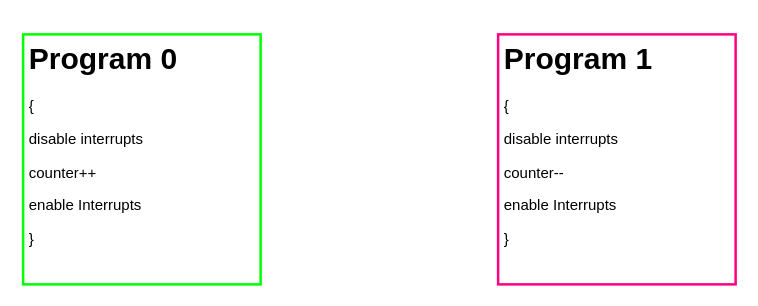
The draw.io diagram implement with interrupt.drawio in estraining/diagram-store, before the edit. Source tidied: cells renumbered, new cells numbered last; positions are measured from the earlier drawing's top-left corner, leaving out a move shared by most shapes. Both pictures are drawn from the tidied source at 125%, with x=0, y=0 at pixel (22, 34).
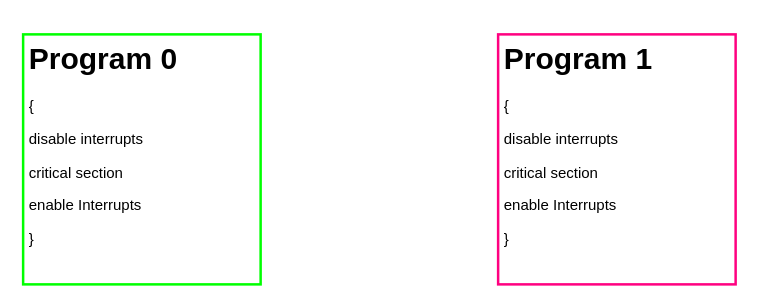
The same page after the edit.

What changed in the source:
```diff
@@
 <mxGraphModel>
   <root>
     <mxCell id="0" />
     <mxCell id="1" parent="0" />
-    <mxCell id="2" value="&lt;h1&gt;Program 0&lt;/h1&gt;&lt;p&gt;{&lt;/p&gt;&lt;p&gt;&lt;span&gt;disable interrupts&lt;/span&gt;&lt;/p&gt;&lt;p&gt;&lt;span&gt;counter++&lt;/span&gt;&lt;br&gt;&lt;/p&gt;&lt;p&gt;enable Interrupts&lt;/p&gt;&lt;p&gt;}&lt;/p&gt;" style="text;html=1;fillColor=none;spacing=5;spacingTop=-20;whiteSpace=wrap;overflow=hidden;rounded=0;strokeColor=#00FF00;strokeWidth=2;" parent="1" vertex="1">
+    <mxCell id="2" value="&lt;h1&gt;Program 0&lt;/h1&gt;&lt;p&gt;{&lt;/p&gt;&lt;p&gt;&lt;span&gt;disable interrupts&lt;/span&gt;&lt;/p&gt;&lt;p&gt;&lt;span&gt;critical section&lt;/span&gt;&lt;/p&gt;&lt;p&gt;&lt;span&gt;enable Interrupts&lt;/span&gt;&lt;br&gt;&lt;/p&gt;&lt;p&gt;}&lt;/p&gt;" style="text;html=1;fillColor=none;spacing=5;spacingTop=-20;whiteSpace=wrap;overflow=hidden;rounded=0;strokeColor=#00FF00;strokeWidth=2;" parent="1" vertex="1">
       <mxGeometry width="190" height="200" as="geometry" />
     </mxCell>
-    <mxCell id="3" value="&lt;h1&gt;Program 1&lt;/h1&gt;&lt;p&gt;{&lt;/p&gt;&lt;p&gt;&lt;span&gt;disable interrupts&lt;/span&gt;&lt;/p&gt;&lt;p&gt;counter--&lt;br&gt;&lt;/p&gt;&lt;p&gt;enable Interrupts&lt;/p&gt;&lt;p&gt;}&lt;/p&gt;" style="text;html=1;fillColor=none;spacing=5;spacingTop=-20;whiteSpace=wrap;overflow=hidden;rounded=0;strokeWidth=2;strokeColor=#FF0080;" parent="1" vertex="1">
+    <mxCell id="3" value="&lt;h1&gt;Program 1&lt;/h1&gt;&lt;p&gt;{&lt;/p&gt;&lt;p&gt;&lt;span&gt;disable interrupts&lt;/span&gt;&lt;/p&gt;critical section&lt;p&gt;&lt;span&gt;enable Interrupts&lt;/span&gt;&lt;br&gt;&lt;/p&gt;&lt;p&gt;}&lt;/p&gt;" style="text;html=1;fillColor=none;spacing=5;spacingTop=-20;whiteSpace=wrap;overflow=hidden;rounded=0;strokeWidth=2;strokeColor=#FF0080;" parent="1" vertex="1">
       <mxGeometry x="380" width="190" height="200" as="geometry" />
     </mxCell>
   </root>
 </mxGraphModel>
```
